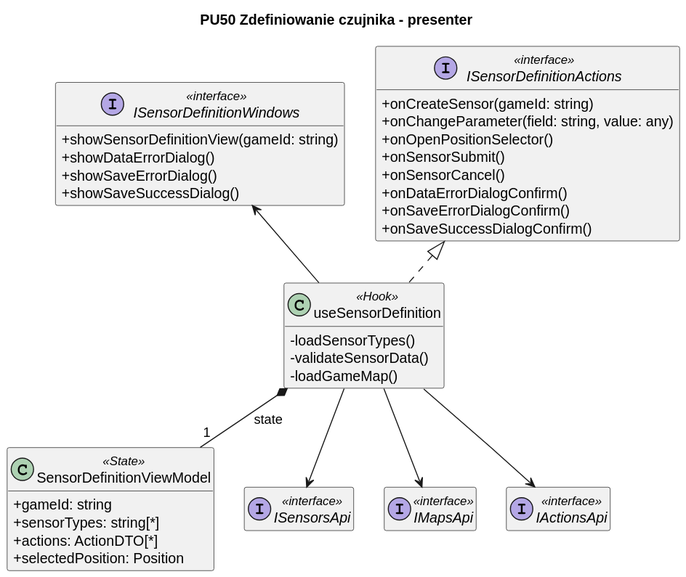
Before: diagrams/frontend/rendered/sensor-definition-presenter.svg, a diagram exported from PlantUML (Igor-Ochocki/POP-2026Z).
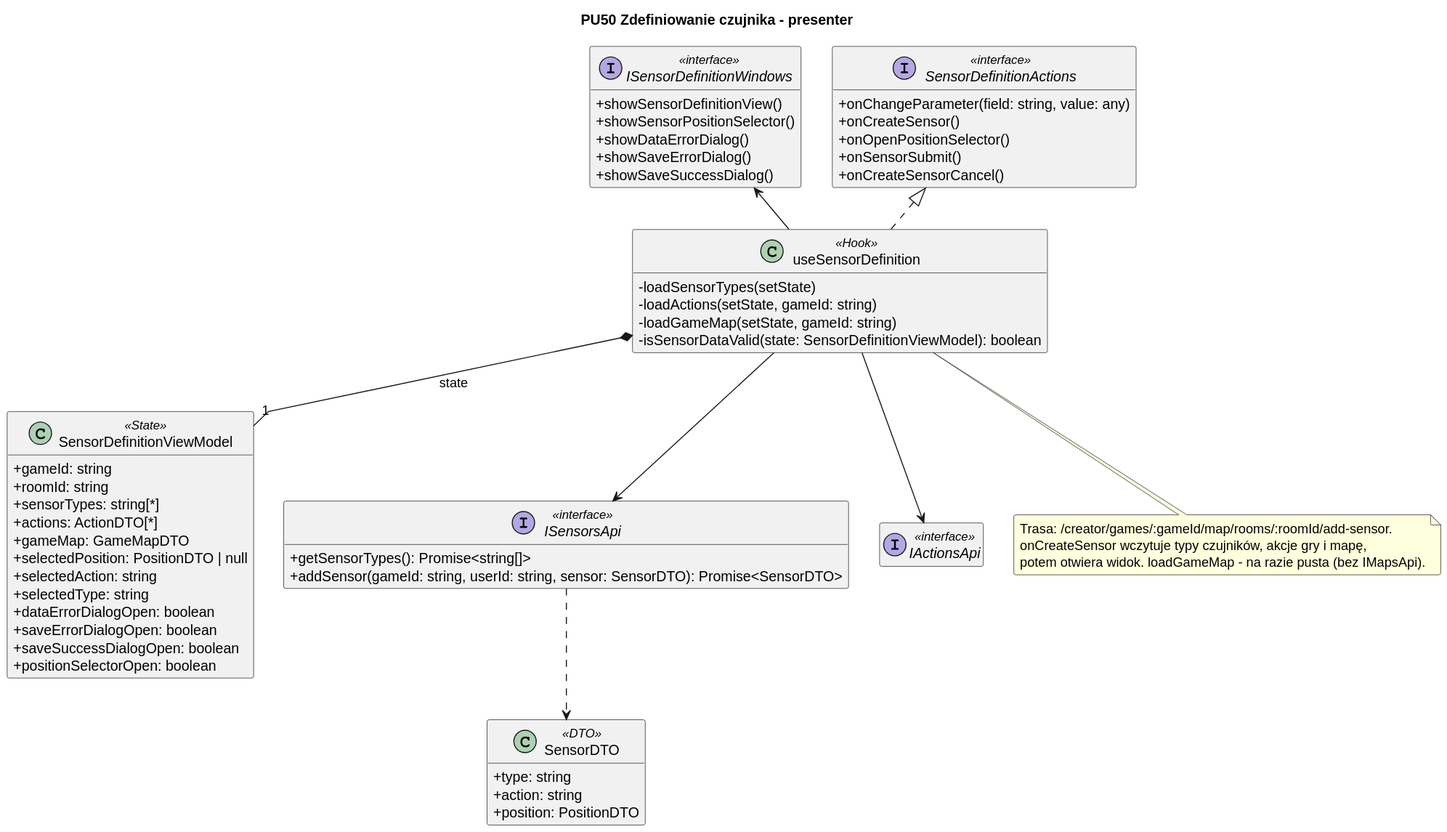
Above is the later version.

The edit, as a diff of the source:
```diff
@@ -11,44 +11,65 @@
 title PU50 Zdefiniowanie czujnika - presenter
 
 interface ISensorDefinitionWindows <<interface>> {
-    +showSensorDefinitionView(gameId: string)
-    +showDataErrorDialog()
-    +showSaveErrorDialog()
-    +showSaveSuccessDialog()
+    + showSensorDefinitionView()
+    + showSensorPositionSelector()
+    + showDataErrorDialog()
+    + showSaveErrorDialog()
+    + showSaveSuccessDialog()
 }
 
-interface ISensorDefinitionActions <<interface>> {
-    +onCreateSensor(gameId: string)
-    +onChangeParameter(field: string, value: any)
-    +onOpenPositionSelector()
-    +onSensorSubmit()
-    +onSensorCancel()
-    +onDataErrorDialogConfirm()
-    +onSaveErrorDialogConfirm()
-    +onSaveSuccessDialogConfirm()
+interface SensorDefinitionActions <<interface>> {
+    + onChangeParameter(field: string, value: any)
+    + onCreateSensor()
+    + onOpenPositionSelector()
+    + onSensorSubmit()
+    + onCreateSensorCancel()
 }
 
 class useSensorDefinition <<Hook>> {
-    -loadSensorTypes()
-    -validateSensorData()
-    -loadGameMap()
+    - loadSensorTypes(setState)
+    - loadActions(setState, gameId: string)
+    - loadGameMap(setState, gameId: string)
+    - isSensorDataValid(state: SensorDefinitionViewModel): boolean
 }
 
 class SensorDefinitionViewModel <<State>> {
-    +gameId: string
-    +sensorTypes: string[*]
-    +actions: ActionDTO[*]
-    +selectedPosition: Position
+    + gameId: string
+    + roomId: string
+    + sensorTypes: string[*]
+    + actions: ActionDTO[*]
+    + gameMap: GameMapDTO
+    + selectedPosition: PositionDTO | null
+    + selectedAction: string
+    + selectedType: string
+    + dataErrorDialogOpen: boolean
+    + saveErrorDialogOpen: boolean
+    + saveSuccessDialogOpen: boolean
+    + positionSelectorOpen: boolean
 }
 
-interface ISensorsApi <<interface>>
-interface IMapsApi <<interface>>
+class SensorDTO <<DTO>> {
+    + type: string
+    + action: string
+    + position: PositionDTO
+}
+
+interface ISensorsApi <<interface>> {
+    + getSensorTypes(): Promise<string[]>
+    + addSensor(gameId: string, userId: string, sensor: SensorDTO): Promise<SensorDTO>
+}
 interface IActionsApi <<interface>>
 
-useSensorDefinition .u.|> ISensorDefinitionActions
+useSensorDefinition .u.|> SensorDefinitionActions
 useSensorDefinition -u-> ISensorDefinitionWindows
 useSensorDefinition *-- "1" SensorDefinitionViewModel : state
 useSensorDefinition --> ISensorsApi
-useSensorDefinition --> IMapsApi
 useSensorDefinition --> IActionsApi
+ISensorsApi ..> SensorDTO
+
+note bottom of useSensorDefinition
+    Trasa: /creator/games/:gameId/map/rooms/:roomId/add-sensor.
+    onCreateSensor wczytuje typy czujników, akcje gry i mapę,
+    potem otwiera widok. loadGameMap - na razie pusta (bez IMapsApi).
+end note
 @enduml
```
